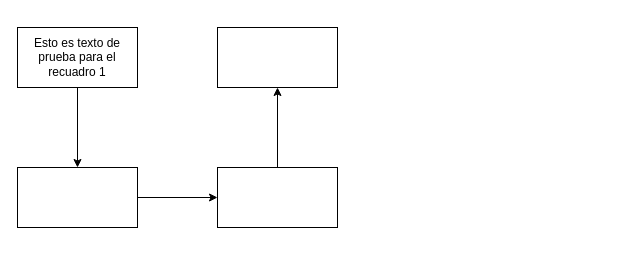
Before: content/software/test.drawio in camilocaquimbo/quickstart, a draw.io diagram. Source tidied: cells renumbered, new cells numbered last; positions are measured from the earlier drawing's top-left corner, leaving out a move shared by most shapes. Both pictures are drawn from the tidied source at 100%, with x=0, y=0 at pixel (17, 27).
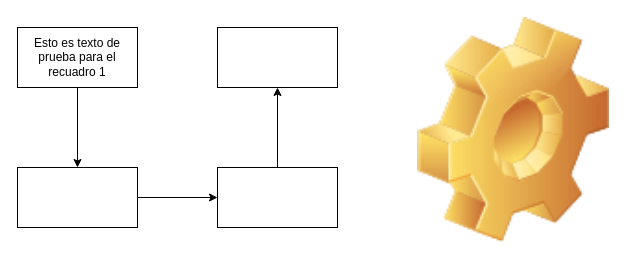
Above is the later version.

Diff of the diagram source:
```diff
@@
 <mxGraphModel>
   <root>
     <mxCell id="0" />
     <mxCell id="1" parent="0" />
     <mxCell id="2" style="edgeStyle=orthogonalEdgeStyle;rounded=0;jettySize=auto;html=1;" parent="1" edge="1" source="3" target="5">
       <mxGeometry relative="1" as="geometry" />
     </mxCell>
     <mxCell id="3" value="Esto es texto de prueba para el recuadro 1" style="rounded=0;whiteSpace=wrap;html=1;" parent="1" vertex="1">
       <mxGeometry width="120" height="60" as="geometry" />
     </mxCell>
     <mxCell id="4" style="edgeStyle=orthogonalEdgeStyle;rounded=0;jettySize=auto;html=1;" parent="1" edge="1" source="5" target="7">
       <mxGeometry relative="1" as="geometry" />
     </mxCell>
     <mxCell id="5" style="rounded=0;whiteSpace=wrap;html=1;" parent="1" vertex="1">
       <mxGeometry y="140" width="120" height="60" as="geometry" />
     </mxCell>
     <mxCell id="6" style="edgeStyle=orthogonalEdgeStyle;rounded=0;jettySize=auto;html=1;" parent="1" edge="1" source="7" target="8">
       <mxGeometry relative="1" as="geometry" />
     </mxCell>
     <mxCell id="7" style="rounded=0;whiteSpace=wrap;html=1;" parent="1" vertex="1">
       <mxGeometry x="200" y="140" width="120" height="60" as="geometry" />
     </mxCell>
     <mxCell id="8" style="rounded=0;whiteSpace=wrap;html=1;" parent="1" vertex="1">
       <mxGeometry x="200" width="120" height="60" as="geometry" />
     </mxCell>
+    <mxCell id="9" style="shape=image;html=1;verticalLabelPosition=bottom;labelBackgroundColor=#ffffff;verticalAlign=top;imageAspect=1;image=img/clipart/Gear_128x128.png;" parent="1" vertex="1">
+      <mxGeometry x="400" y="-10" width="192" height="225.2" as="geometry" />
+    </mxCell>
   </root>
 </mxGraphModel>
```
